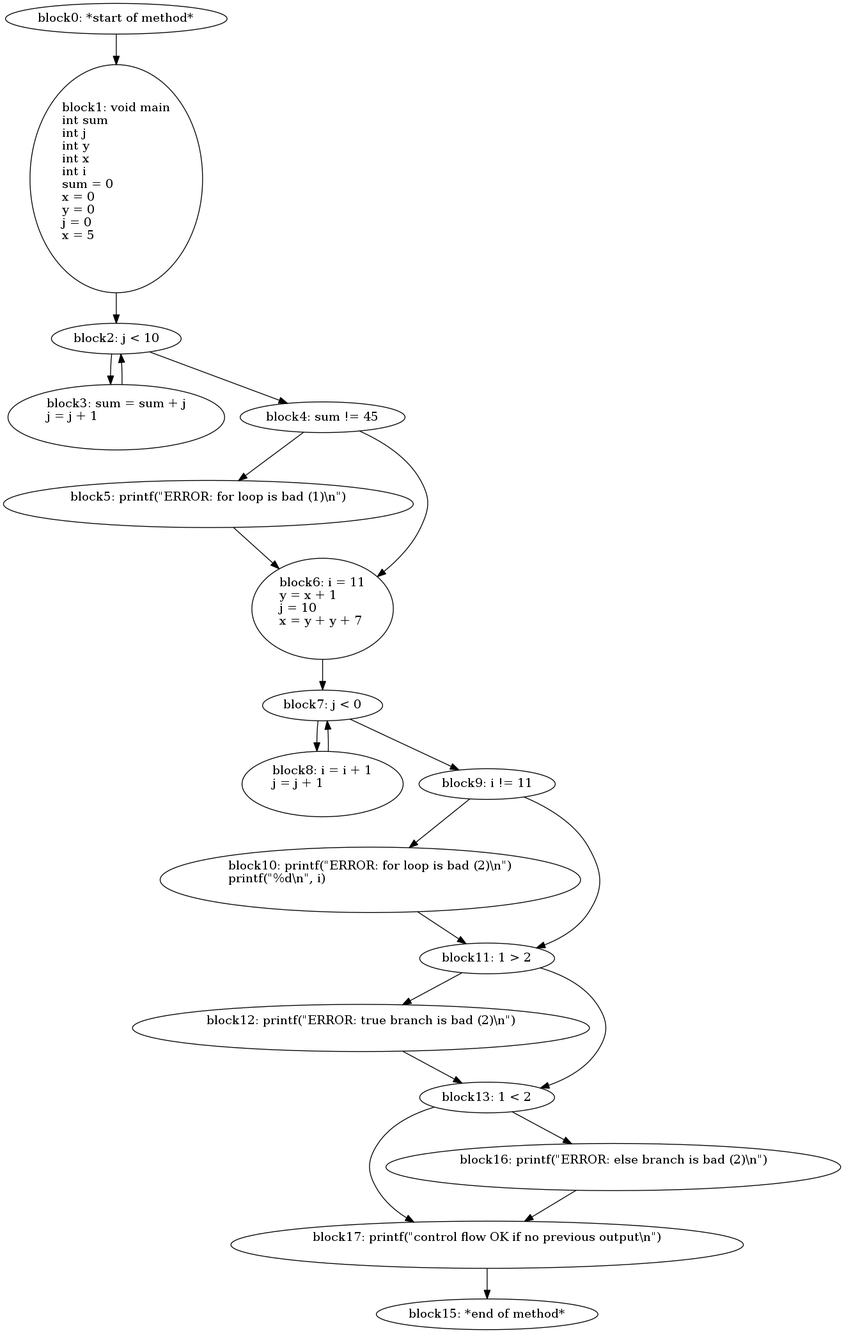
Earlier version of the Graphviz export foo.png (jimmyz42/CCompiler). Its source is kept beside it as foo.dot.
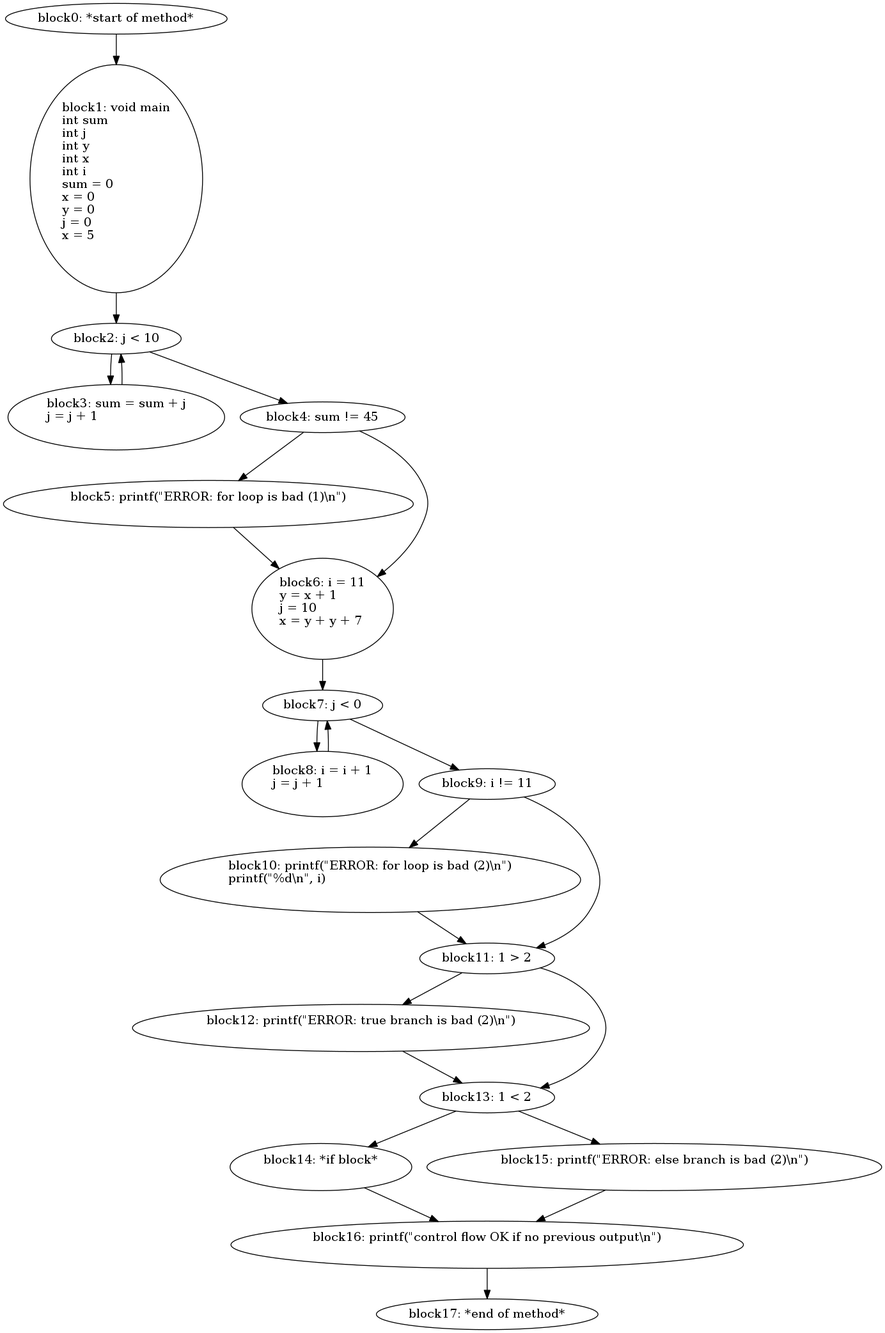
The same diagram one commit later.

Diff of the diagram source:
```diff
@@ -13,9 +13,10 @@
   block11 [ label="block11: 1\ \>\ 2\l" ];
   block12 [ label="block12: printf\(\"ERROR\:\ true\ branch\ is\ bad\ \(2\)\\n\"\)\l\l" ];
   block13 [ label="block13: 1\ \<\ 2\l" ];
-  block17 [ label="block17: printf\(\"control\ flow\ OK\ if\ no\ previous\ output\\n\"\)\l\l" ];
-  block15 [ label="block15: *end\ of\ method*\l" ];
-  block16 [ label="block16: printf\(\"ERROR\:\ else\ branch\ is\ bad\ \(2\)\\n\"\)\l\l" ];
+  block14 [ label="block14: *if\ block*\l\l" ];
+  block16 [ label="block16: printf\(\"control\ flow\ OK\ if\ no\ previous\ output\\n\"\)\l\l" ];
+  block17 [ label="block17: *end\ of\ method*\l" ];
+  block15 [ label="block15: printf\(\"ERROR\:\ else\ branch\ is\ bad\ \(2\)\\n\"\)\l\l" ];
   block0 -> block1;
   block1 -> block2;
   block2 -> block3;
@@ -31,10 +32,11 @@
   block10 -> block11;
   block11 -> block12;
   block12 -> block13;
-  block13 -> block17;
-  block17 -> block15;
-  block13 -> block16;
+  block13 -> block14;
+  block14 -> block16;
   block16 -> block17;
+  block13 -> block15;
+  block15 -> block16;
   block11 -> block13;
   block9 -> block11;
   block4 -> block6;
```
